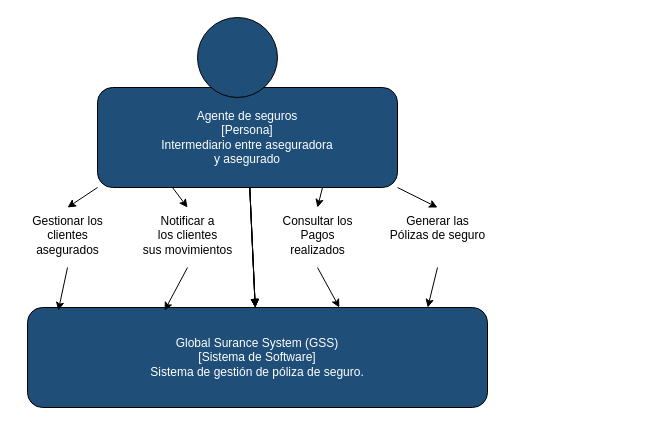
AngelJanvier01/docker-microservicios keeps this draw.io diagram as docs/01sistema.drawio. Above is the earlier version. Source tidied: cells renumbered, new cells numbered last; positions are measured from the earlier drawing's top-left corner, leaving out a move shared by most shapes. Both pictures are drawn from the tidied source at 100%, with x=0, y=0 at pixel (17, 17).
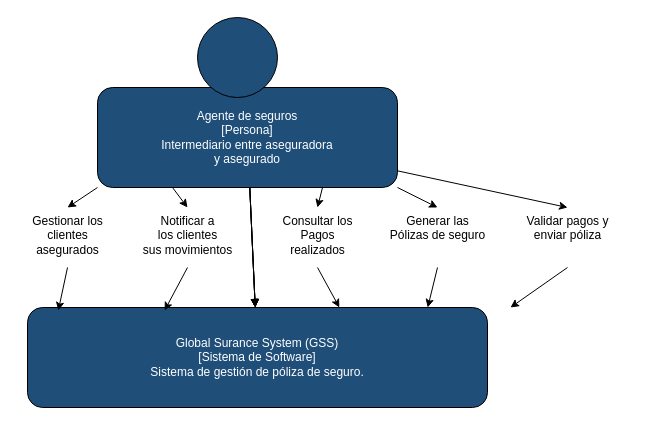
The same page after the edit.

Unchanged cells that the change refers to:
```xml
<mxCell id="6" value="Agente de seguros&#10;[Persona]&#10;Intermediario entre aseguradora&#10;y asegurado" style="rounded=1;whiteSpace=wrap;html=1;fillColor=#1F4E79;fontColor=#FFFFFF;" parent="1" vertex="1">
  <mxGeometry x="80" y="70" width="300" height="100" as="geometry" />
</mxCell>
<mxCell id="7" value="Global Surance System (GSS)&#10;[Sistema de Software]&#10;Sistema de gestión de póliza de seguro." style="rounded=1;whiteSpace=wrap;html=1;fillColor=#1F4E79;fontColor=#FFFFFF;" parent="1" vertex="1">
  <mxGeometry x="10" y="290" width="460" height="100" as="geometry" />
</mxCell>
```

The edit, as a diff of the source:
```diff
@@
+    <mxCell id="21" style="edgeStyle=none;html=1;exitX=1.25;exitY=1;exitDx=0;exitDy=0;entryX=0.5;entryY=0;entryDx=0;entryDy=0;" parent="1" edge="1" source="6" target="22">
+      <mxGeometry relative="1" as="geometry" />
+    </mxCell>
@@
+    <mxCell id="22" value="Validar pagos y&#10;enviar póliza" style="text;html=1;strokeColor=none;fillColor=none;align=center;" parent="1" vertex="1">
+      <mxGeometry x="480" y="190" width="140" height="60" as="geometry" />
+    </mxCell>
@@
+    <mxCell id="23" style="edgeStyle=none;html=1;exitX=0.5;exitY=1;exitDx=0;exitDy=0;entryX=1.05;entryY=0;entryDx=0;entryDy=0;entryPerimeter=0;" parent="1" edge="1" source="22" target="7">
+      <mxGeometry relative="1" as="geometry" />
+    </mxCell>
```
